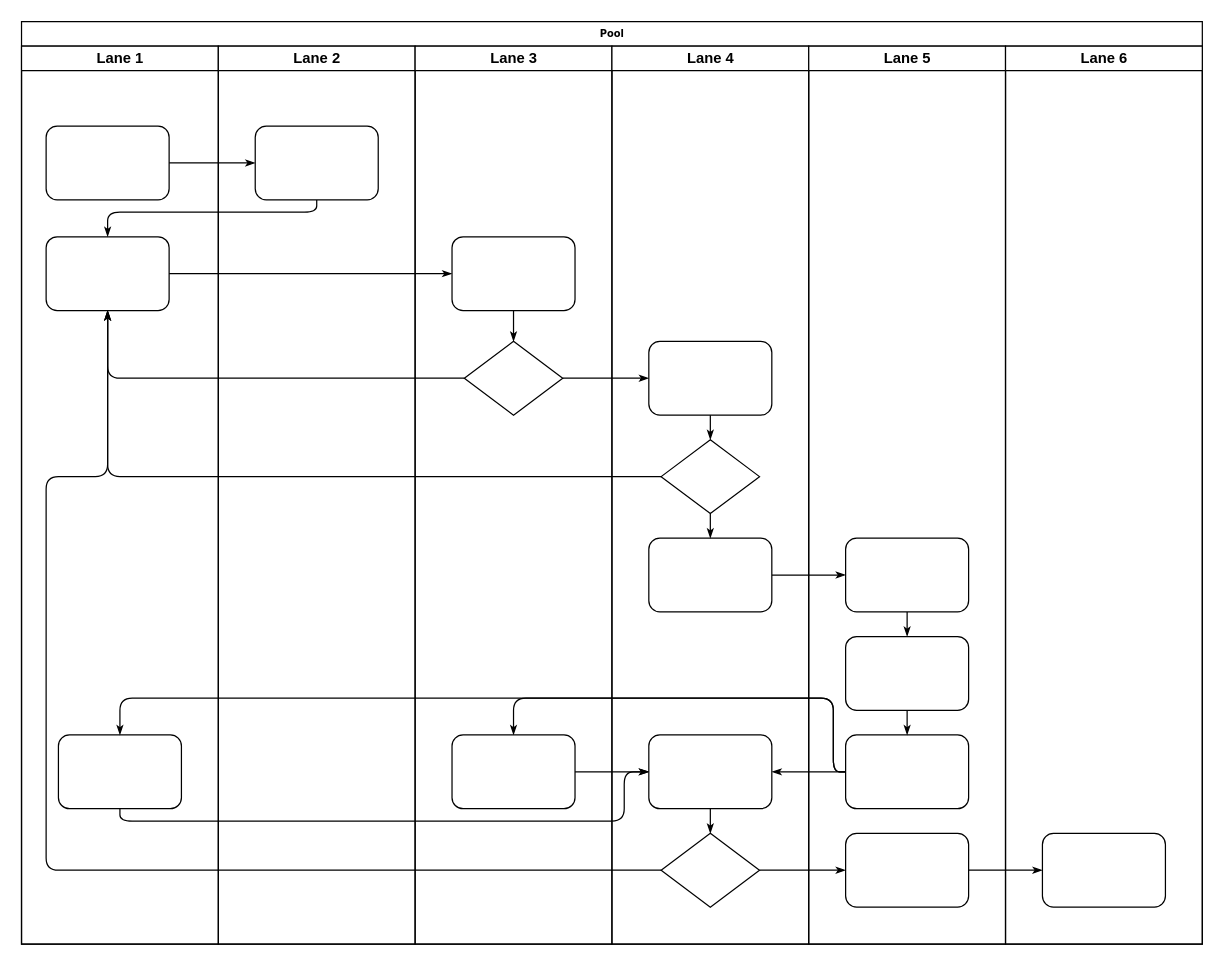
muthiakansa/diagram.py keeps this draw.io diagram as page "Page-1" (1 of 2) of Untitled Diagram.drawio. Above is the earlier version. Source tidied: cells renumbered, new cells numbered last; positions are measured from the earlier drawing's top-left corner, leaving out a move shared by most shapes. Both pictures are drawn from the tidied source at 123%, with x=0, y=0 at pixel (21, 21).
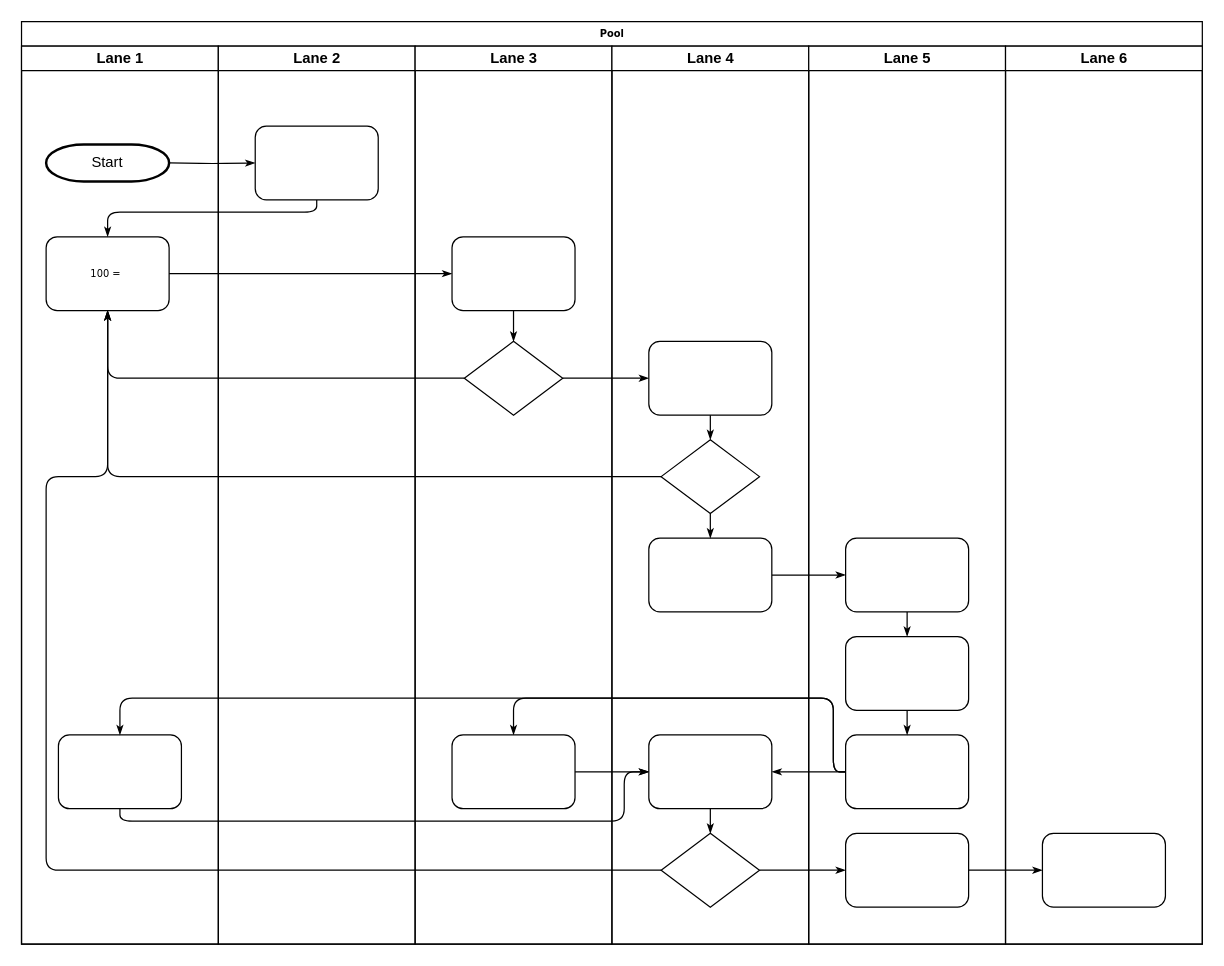
After the change.

The change refers to these unchanged cells:
```xml
<mxCell id="2" value="Pool" style="swimlane;html=1;startSize=20;rounded=0;shadow=0;labelBackgroundColor=none;strokeWidth=1;fontFamily=Verdana;fontSize=8;align=center;" parent="1" vertex="1">
  <mxGeometry width="960" height="750" as="geometry" />
</mxCell>
<mxCell id="3" value="Lane 1" style="swimlane;html=1;startSize=20;" parent="2" vertex="1">
  <mxGeometry y="20" width="160" height="730" as="geometry" />
</mxCell>
<mxCell id="23" style="rounded=1;whiteSpace=wrap;html=1;shadow=0;labelBackgroundColor=none;strokeWidth=1;fontFamily=Verdana;fontSize=8;align=center;" parent="22" vertex="1">
  <mxGeometry x="30" y="65" width="100" height="60" as="geometry" />
</mxCell>
```

Change to the diagram source:
```diff
@@
-    <mxCell id="4" style="rounded=1;whiteSpace=wrap;html=1;shadow=0;labelBackgroundColor=none;strokeWidth=1;fontFamily=Verdana;fontSize=8;align=center;" parent="3" vertex="1">
-      <mxGeometry x="20" y="65" width="100" height="60" as="geometry" />
-    </mxCell>
-    <mxCell id="5" style="rounded=1;whiteSpace=wrap;html=1;shadow=0;labelBackgroundColor=none;strokeWidth=1;fontFamily=Verdana;fontSize=8;align=center;" parent="3" vertex="1">
+    <mxCell id="5" value="100 =&amp;nbsp;" style="rounded=1;whiteSpace=wrap;html=1;shadow=0;labelBackgroundColor=none;strokeWidth=1;fontFamily=Verdana;fontSize=8;align=center;" parent="3" vertex="1">
       <mxGeometry x="20" y="155" width="100" height="60" as="geometry" />
     </mxCell>
@@
+    <mxCell id="47" value="Start" style="strokeWidth=2;html=1;shape=mxgraph.flowchart.terminator;whiteSpace=wrap;" parent="3" vertex="1">
+      <mxGeometry x="20" y="80" width="100" height="30" as="geometry" />
+    </mxCell>
-    <mxCell id="7" style="edgeStyle=orthogonalEdgeStyle;rounded=1;html=1;labelBackgroundColor=none;startArrow=none;startFill=0;startSize=5;endArrow=classicThin;endFill=1;endSize=5;jettySize=auto;strokeWidth=1;fontFamily=Verdana;fontSize=8;" parent="2" edge="1" source="4" target="23">
-      <mxGeometry relative="1" as="geometry" />
+    <mxCell id="7" style="edgeStyle=orthogonalEdgeStyle;rounded=1;html=1;labelBackgroundColor=none;startArrow=none;startFill=0;startSize=5;endArrow=classicThin;endFill=1;endSize=5;jettySize=auto;strokeWidth=1;fontFamily=Verdana;fontSize=8;" parent="2" edge="1" target="23">
+      <mxGeometry relative="1" as="geometry">
+        <mxPoint x="120" y="115" as="sourcePoint" />
+      </mxGeometry>
     </mxCell>
```
